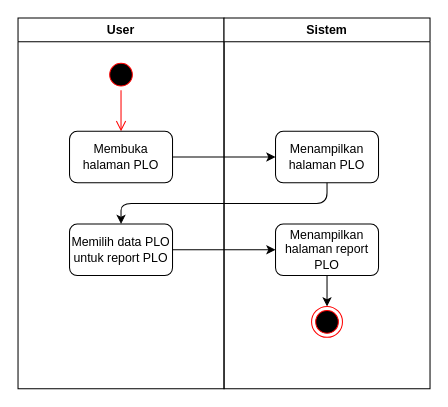
The draw.io diagram DOKUMENTASI IDMS/PLO/reportPLO.drawio in rismanrhz/idms, before the edit. Source tidied: cells renumbered, new cells numbered last; positions are measured from the earlier drawing's top-left corner, leaving out a move shared by most shapes. Both pictures are drawn from the tidied source at 103%, with x=0, y=0 at pixel (18, 18).
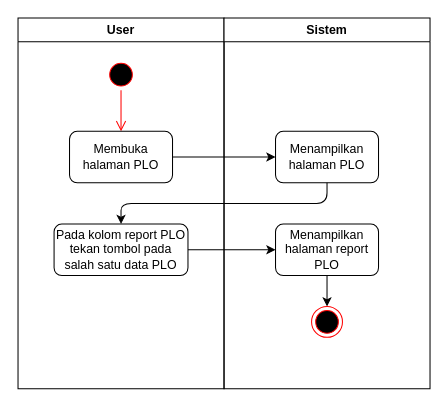
Above is the later version.

What changed in the source:
```diff
@@
 <mxGraphModel>
   <root>
     <mxCell id="0" />
     <mxCell id="1" parent="0" />
     <mxCell id="2" value="User" style="swimlane;whiteSpace=wrap;html=1;startSize=23;" parent="1" vertex="1">
       <mxGeometry width="200" height="360" as="geometry" />
     </mxCell>
     <mxCell id="3" style="ellipse;html=1;shape=startState;fillColor=#000000;strokeColor=#ff0000;" parent="2" vertex="1">
       <mxGeometry x="85" y="40" width="30" height="30" as="geometry" />
     </mxCell>
     <mxCell id="4" style="edgeStyle=orthogonalEdgeStyle;html=1;verticalAlign=bottom;endArrow=open;endSize=8;strokeColor=#ff0000;entryX=0.5;entryY=0;entryDx=0;entryDy=0;" parent="2" edge="1" source="3" target="5">
       <mxGeometry relative="1" as="geometry" />
     </mxCell>
     <mxCell id="5" value="Membuka halaman PLO" style="rounded=1;whiteSpace=wrap;html=1;" parent="2" vertex="1">
       <mxGeometry x="50" y="110" width="100" height="50" as="geometry" />
     </mxCell>
-    <mxCell id="6" value="Memilih data PLO untuk report PLO" style="rounded=1;whiteSpace=wrap;html=1;" parent="2" vertex="1">
-      <mxGeometry x="50" y="200" width="100" height="50" as="geometry" />
+    <mxCell id="6" value="Pada kolom report PLO tekan tombol pada salah satu data PLO" style="rounded=1;whiteSpace=wrap;html=1;" parent="2" vertex="1">
+      <mxGeometry x="35" y="200" width="130" height="50" as="geometry" />
     </mxCell>
     <mxCell id="7" value="Sistem" style="swimlane;whiteSpace=wrap;html=1;" parent="1" vertex="1">
       <mxGeometry x="200" width="200" height="360" as="geometry" />
     </mxCell>
     <mxCell id="8" value="Menampilkan halaman PLO" style="rounded=1;whiteSpace=wrap;html=1;" parent="7" vertex="1">
       <mxGeometry x="50" y="110" width="100" height="50" as="geometry" />
     </mxCell>
     <mxCell id="9" style="edgeStyle=none;html=1;entryX=0.5;entryY=0;entryDx=0;entryDy=0;" parent="7" edge="1" source="10" target="11">
       <mxGeometry relative="1" as="geometry" />
     </mxCell>
     <mxCell id="10" value="Menampilkan halaman report PLO" style="rounded=1;whiteSpace=wrap;html=1;" parent="7" vertex="1">
       <mxGeometry x="50" y="200" width="100" height="50" as="geometry" />
     </mxCell>
     <mxCell id="11" style="ellipse;html=1;shape=endState;fillColor=#000000;strokeColor=#ff0000;" parent="7" vertex="1">
       <mxGeometry x="85" y="280" width="30" height="30" as="geometry" />
     </mxCell>
     <mxCell id="12" style="edgeStyle=none;html=1;" parent="1" edge="1" source="5" target="8">
       <mxGeometry relative="1" as="geometry" />
     </mxCell>
     <mxCell id="13" style="edgeStyle=none;html=1;exitX=0.5;exitY=1;exitDx=0;exitDy=0;entryX=0.5;entryY=0;entryDx=0;entryDy=0;" parent="1" edge="1" source="8" target="6">
       <mxGeometry relative="1" as="geometry">
         <Array as="points">
           <mxPoint x="300" y="180" />
           <mxPoint x="100" y="180" />
         </Array>
       </mxGeometry>
     </mxCell>
     <mxCell id="14" style="edgeStyle=none;html=1;" parent="1" edge="1" source="6" target="10">
       <mxGeometry relative="1" as="geometry" />
     </mxCell>
   </root>
 </mxGraphModel>
```
